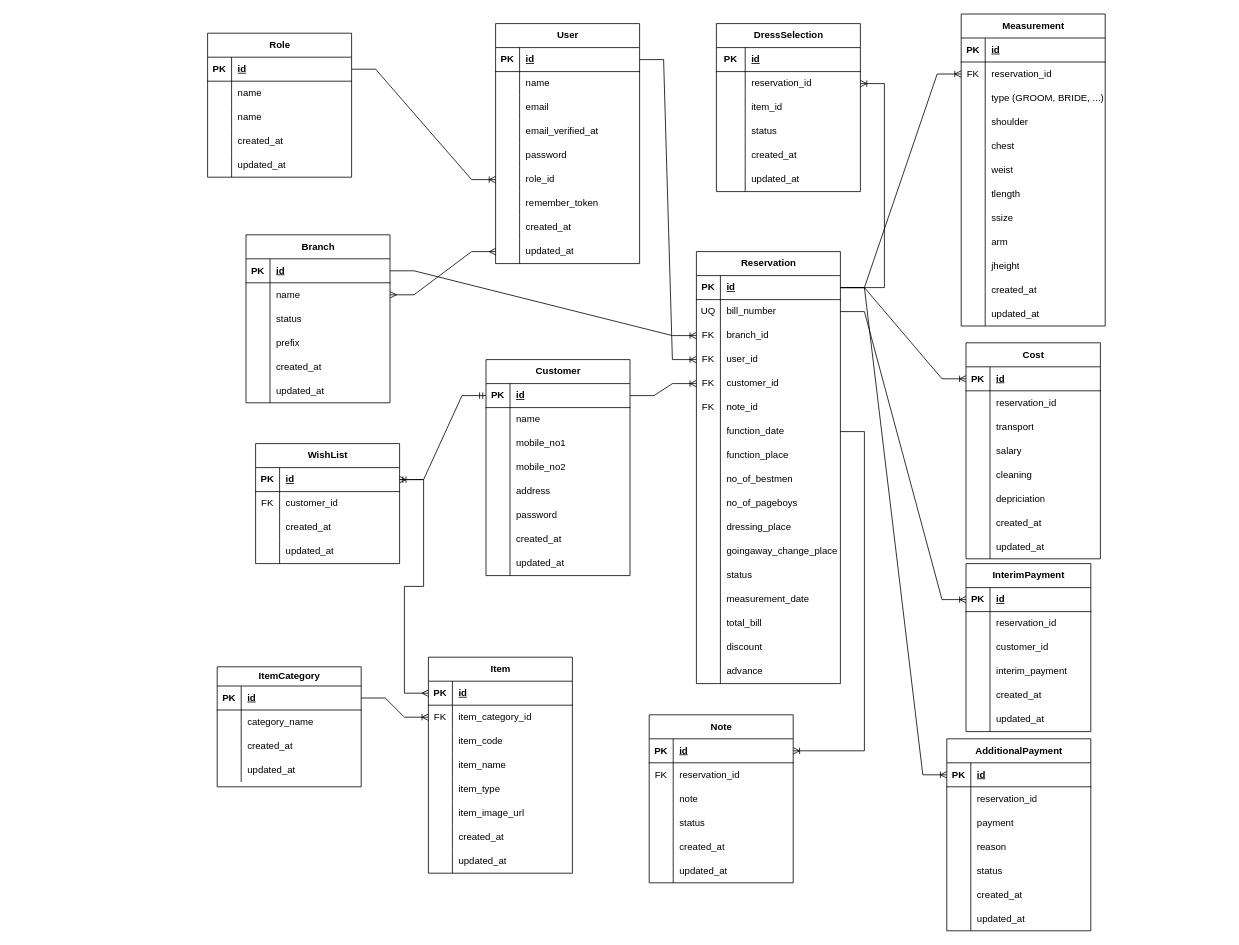
This is ERDiagram.drawio from ranidu-harshana/SriKulaMedura, a draw.io file, before an edit. Source tidied: cells renumbered, new cells numbered last; positions are measured from the earlier drawing's top-left corner, leaving out a move shared by most shapes. Both pictures are drawn from the tidied source at 80%, with x=0, y=0 at pixel (207, 14).
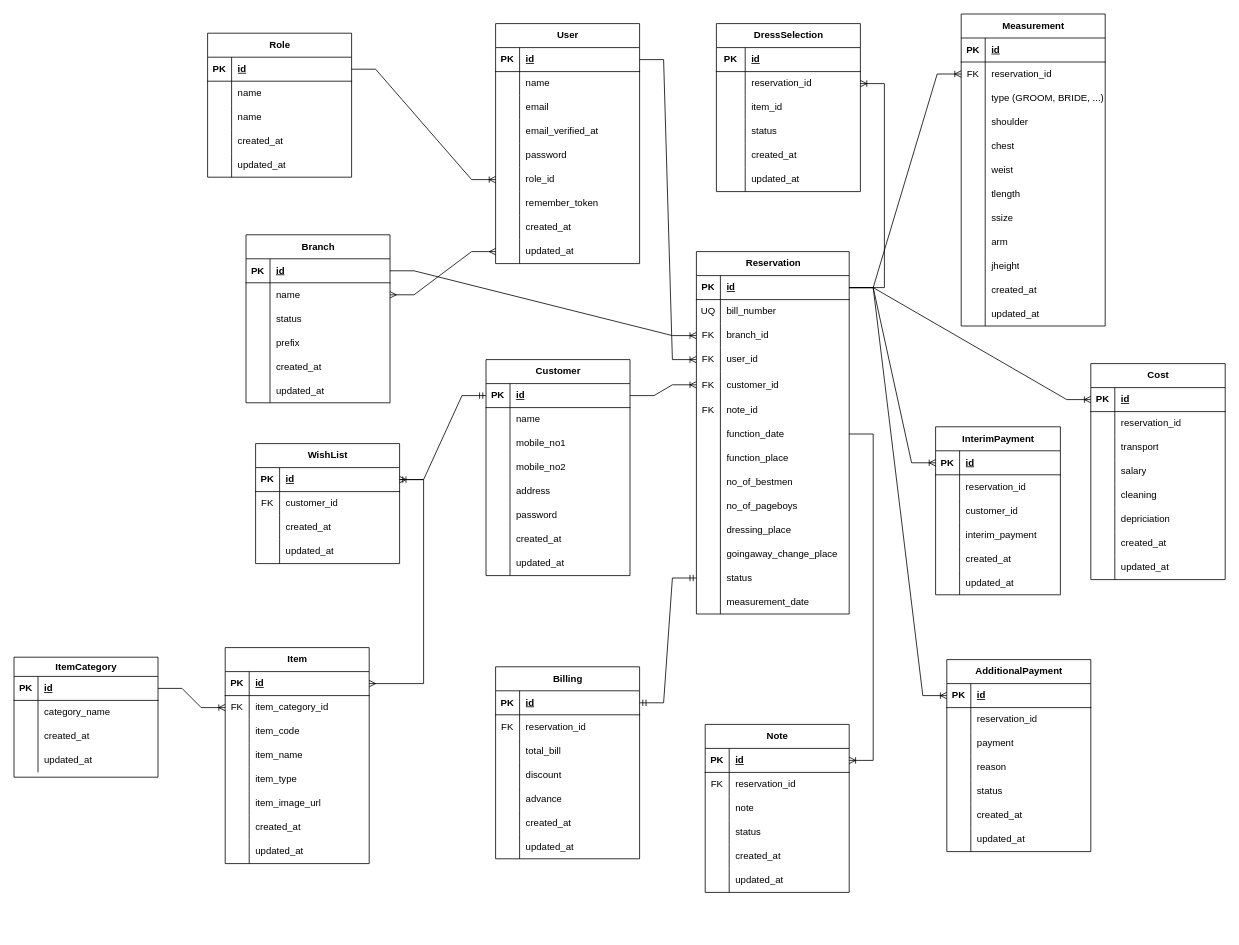
After the change.

Commit message (it also covers changes not shown here):
added billing table to ER

The change refers to these unchanged cells:
```xml
<mxCell id="179" style="shape=tableRow;horizontal=0;startSize=0;swimlaneHead=0;swimlaneBody=0;fillColor=none;points=[[0,0.5],[1,0.5]];portConstraint=eastwest;top=0;left=0;right=0;bottom=1;" parent="178" vertex="1">
  <mxGeometry y="30" width="156" height="30" as="geometry" />
</mxCell>
<mxCell id="269" style="shape=tableRow;horizontal=0;startSize=0;swimlaneHead=0;swimlaneBody=0;fillColor=none;points=[[0,0.5],[1,0.5]];portConstraint=eastwest;top=0;left=0;right=0;bottom=1;" parent="268" vertex="1">
  <mxGeometry y="30" width="168" height="30" as="geometry" />
</mxCell>
```

What changed in the source:
```diff
@@
     <mxCell id="46" value="Note" style="shape=table;startSize=30;childLayout=tableLayout;rowLines=0;fontStyle=1;align=center;html=1;" parent="1" vertex="1">
-      <mxGeometry x="552" y="876" width="180" height="210" as="geometry" />
+      <mxGeometry x="622" y="888" width="180" height="210" as="geometry" />
     </mxCell>
@@
     <mxCell id="102" value="ItemCategory" style="shape=table;startSize=24;childLayout=tableLayout;rowLines=0;fontStyle=1;align=center;html=1;" parent="1" vertex="1">
-      <mxGeometry x="12" y="816" width="180" height="150" as="geometry" />
+      <mxGeometry x="-242" y="804" width="180" height="150" as="geometry" />
     </mxCell>
@@
     <mxCell id="115" value="Item" style="shape=table;startSize=30;childLayout=tableLayout;rowLines=0;fontStyle=1;align=center;html=1;" parent="1" vertex="1">
-      <mxGeometry x="276" y="804" width="180" height="270" as="geometry" />
+      <mxGeometry x="22" y="792" width="180" height="270" as="geometry" />
     </mxCell>
@@
     <mxCell id="178" value="InterimPayment" style="shape=table;startSize=30;childLayout=tableLayout;rowLines=0;fontStyle=1;align=center;html=1;" parent="1" vertex="1">
-      <mxGeometry x="948" y="687" width="156" height="210" as="geometry" />
+      <mxGeometry x="910" y="516" width="156" height="210" as="geometry" />
     </mxCell>
@@
     <mxCell id="216" value="Reservation" style="shape=table;startSize=30;childLayout=tableLayout;rowLines=0;fontStyle=1;align=center;html=1;" parent="1" vertex="1">
-      <mxGeometry x="611" y="297" width="180" height="540" as="geometry" />
+      <mxGeometry x="611" y="297" width="191" height="453" as="geometry" />
     </mxCell>
     <mxCell id="217" style="shape=tableRow;horizontal=0;startSize=0;swimlaneHead=0;swimlaneBody=0;fillColor=none;points=[[0,0.5],[1,0.5]];portConstraint=eastwest;top=0;left=0;right=0;bottom=1;" parent="216" vertex="1">
-      <mxGeometry y="30" width="180" height="30" as="geometry" />
+      <mxGeometry y="30" width="191" height="30" as="geometry" />
     </mxCell>
@@
     <mxCell id="219" value="id" style="shape=partialRectangle;fillColor=none;top=0;left=0;bottom=0;right=0;align=left;spacingLeft=6;fontStyle=5;overflow=hidden;whiteSpace=wrap;html=1;" parent="217" vertex="1">
-      <mxGeometry x="30" width="150" height="30" as="geometry" />
+      <mxGeometry x="30" width="161" height="30" as="geometry" />
     </mxCell>
     <mxCell id="220" style="shape=tableRow;horizontal=0;startSize=0;swimlaneHead=0;swimlaneBody=0;fillColor=none;points=[[0,0.5],[1,0.5]];portConstraint=eastwest;top=0;left=0;right=0;bottom=0;" parent="216" vertex="1">
-      <mxGeometry y="60" width="180" height="30" as="geometry" />
+      <mxGeometry y="60" width="191" height="30" as="geometry" />
     </mxCell>
@@
     <mxCell id="222" value="bill_number" style="shape=partialRectangle;fillColor=none;top=0;left=0;bottom=0;right=0;align=left;spacingLeft=6;overflow=hidden;whiteSpace=wrap;html=1;" parent="220" vertex="1">
-      <mxGeometry x="30" width="150" height="30" as="geometry" />
+      <mxGeometry x="30" width="161" height="30" as="geometry" />
     </mxCell>
     <mxCell id="223" style="shape=tableRow;horizontal=0;startSize=0;swimlaneHead=0;swimlaneBody=0;fillColor=none;points=[[0,0.5],[1,0.5]];portConstraint=eastwest;top=0;left=0;right=0;bottom=0;" parent="216" vertex="1">
-      <mxGeometry y="90" width="180" height="30" as="geometry" />
+      <mxGeometry y="90" width="191" height="30" as="geometry" />
     </mxCell>
@@
     <mxCell id="225" value="branch_id" style="shape=partialRectangle;fillColor=none;top=0;left=0;bottom=0;right=0;align=left;spacingLeft=6;overflow=hidden;whiteSpace=wrap;html=1;" parent="223" vertex="1">
-      <mxGeometry x="30" width="150" height="30" as="geometry" />
+      <mxGeometry x="30" width="161" height="30" as="geometry" />
     </mxCell>
     <mxCell id="226" style="shape=tableRow;horizontal=0;startSize=0;swimlaneHead=0;swimlaneBody=0;fillColor=none;points=[[0,0.5],[1,0.5]];portConstraint=eastwest;top=0;left=0;right=0;bottom=0;" parent="216" vertex="1">
-      <mxGeometry y="120" width="180" height="30" as="geometry" />
+      <mxGeometry y="120" width="191" height="30" as="geometry" />
     </mxCell>
@@
     <mxCell id="228" value="user_id" style="shape=partialRectangle;fillColor=none;top=0;left=0;bottom=0;right=0;align=left;spacingLeft=6;overflow=hidden;whiteSpace=wrap;html=1;" parent="226" vertex="1">
-      <mxGeometry x="30" width="150" height="30" as="geometry" />
+      <mxGeometry x="30" width="161" height="30" as="geometry" />
     </mxCell>
     <mxCell id="229" style="shape=tableRow;horizontal=0;startSize=0;swimlaneHead=0;swimlaneBody=0;fillColor=none;points=[[0,0.5],[1,0.5]];portConstraint=eastwest;top=0;left=0;right=0;bottom=0;" parent="216" vertex="1">
-      <mxGeometry y="150" width="180" height="30" as="geometry" />
+      <mxGeometry y="150" width="191" height="33" as="geometry" />
     </mxCell>
     <mxCell id="230" value="FK" style="shape=partialRectangle;fillColor=none;top=0;left=0;bottom=0;right=0;overflow=hidden;whiteSpace=wrap;html=1;" parent="229" vertex="1">
-      <mxGeometry width="30" height="30" as="geometry" />
+      <mxGeometry width="30" height="33" as="geometry" />
     </mxCell>
     <mxCell id="231" value="customer_id" style="shape=partialRectangle;fillColor=none;top=0;left=0;bottom=0;right=0;align=left;spacingLeft=6;overflow=hidden;whiteSpace=wrap;html=1;" parent="229" vertex="1">
-      <mxGeometry x="30" width="150" height="30" as="geometry" />
+      <mxGeometry x="30" width="161" height="33" as="geometry" />
     </mxCell>
     <mxCell id="232" style="shape=tableRow;horizontal=0;startSize=0;swimlaneHead=0;swimlaneBody=0;fillColor=none;top=0;left=0;right=0;bottom=0;" parent="216" vertex="1">
-      <mxGeometry y="180" width="180" height="30" as="geometry" />
+      <mxGeometry y="183" width="191" height="30" as="geometry" />
     </mxCell>
@@
     <mxCell id="234" value="note_id" style="shape=partialRectangle;fillColor=none;top=0;left=0;bottom=0;right=0;align=left;spacingLeft=6;overflow=hidden;whiteSpace=wrap;html=1;" parent="232" vertex="1">
-      <mxGeometry x="30" width="150" height="30" as="geometry" />
+      <mxGeometry x="30" width="161" height="30" as="geometry" />
     </mxCell>
     <mxCell id="235" style="shape=tableRow;horizontal=0;startSize=0;swimlaneHead=0;swimlaneBody=0;fillColor=none;points=[[0,0.5],[1,0.5]];portConstraint=eastwest;top=0;left=0;right=0;bottom=0;" parent="216" vertex="1">
-      <mxGeometry y="210" width="180" height="30" as="geometry" />
+      <mxGeometry y="213" width="191" height="30" as="geometry" />
     </mxCell>
@@
     <mxCell id="237" value="function_date" style="shape=partialRectangle;fillColor=none;top=0;left=0;bottom=0;right=0;align=left;spacingLeft=6;overflow=hidden;whiteSpace=wrap;html=1;" parent="235" vertex="1">
-      <mxGeometry x="30" width="150" height="30" as="geometry" />
+      <mxGeometry x="30" width="161" height="30" as="geometry" />
     </mxCell>
     <mxCell id="238" style="shape=tableRow;horizontal=0;startSize=0;swimlaneHead=0;swimlaneBody=0;fillColor=none;top=0;left=0;right=0;bottom=0;" parent="216" vertex="1">
-      <mxGeometry y="240" width="180" height="30" as="geometry" />
+      <mxGeometry y="243" width="191" height="30" as="geometry" />
     </mxCell>
@@
     <mxCell id="240" value="function_place" style="shape=partialRectangle;fillColor=none;top=0;left=0;bottom=0;right=0;align=left;spacingLeft=6;overflow=hidden;whiteSpace=wrap;html=1;" parent="238" vertex="1">
-      <mxGeometry x="30" width="150" height="30" as="geometry" />
+      <mxGeometry x="30" width="161" height="30" as="geometry" />
     </mxCell>
     <mxCell id="241" style="shape=tableRow;horizontal=0;startSize=0;swimlaneHead=0;swimlaneBody=0;fillColor=none;top=0;left=0;right=0;bottom=0;" parent="216" vertex="1">
-      <mxGeometry y="270" width="180" height="30" as="geometry" />
+      <mxGeometry y="273" width="191" height="30" as="geometry" />
     </mxCell>
@@
     <mxCell id="243" value="no_of_bestmen" style="shape=partialRectangle;fillColor=none;top=0;left=0;bottom=0;right=0;align=left;spacingLeft=6;overflow=hidden;whiteSpace=wrap;html=1;" parent="241" vertex="1">
-      <mxGeometry x="30" width="150" height="30" as="geometry" />
+      <mxGeometry x="30" width="161" height="30" as="geometry" />
     </mxCell>
     <mxCell id="244" style="shape=tableRow;horizontal=0;startSize=0;swimlaneHead=0;swimlaneBody=0;fillColor=none;top=0;left=0;right=0;bottom=0;" parent="216" vertex="1">
-      <mxGeometry y="300" width="180" height="30" as="geometry" />
+      <mxGeometry y="303" width="191" height="30" as="geometry" />
     </mxCell>
@@
     <mxCell id="246" value="no_of_pageboys" style="shape=partialRectangle;fillColor=none;top=0;left=0;bottom=0;right=0;align=left;spacingLeft=6;overflow=hidden;whiteSpace=wrap;html=1;" parent="244" vertex="1">
-      <mxGeometry x="30" width="150" height="30" as="geometry" />
+      <mxGeometry x="30" width="161" height="30" as="geometry" />
     </mxCell>
     <mxCell id="247" style="shape=tableRow;horizontal=0;startSize=0;swimlaneHead=0;swimlaneBody=0;fillColor=none;top=0;left=0;right=0;bottom=0;" parent="216" vertex="1">
-      <mxGeometry y="330" width="180" height="30" as="geometry" />
+      <mxGeometry y="333" width="191" height="30" as="geometry" />
     </mxCell>
@@
     <mxCell id="249" value="dressing_place" style="shape=partialRectangle;fillColor=none;top=0;left=0;bottom=0;right=0;align=left;spacingLeft=6;overflow=hidden;whiteSpace=wrap;html=1;" parent="247" vertex="1">
-      <mxGeometry x="30" width="150" height="30" as="geometry" />
+      <mxGeometry x="30" width="161" height="30" as="geometry" />
     </mxCell>
     <mxCell id="250" style="shape=tableRow;horizontal=0;startSize=0;swimlaneHead=0;swimlaneBody=0;fillColor=none;top=0;left=0;right=0;bottom=0;" parent="216" vertex="1">
-      <mxGeometry y="360" width="180" height="30" as="geometry" />
+      <mxGeometry y="363" width="191" height="30" as="geometry" />
     </mxCell>
@@
     <mxCell id="252" value="goingaway_change_place" style="shape=partialRectangle;fillColor=none;top=0;left=0;bottom=0;right=0;align=left;spacingLeft=6;overflow=hidden;whiteSpace=wrap;html=1;" parent="250" vertex="1">
-      <mxGeometry x="30" width="150" height="30" as="geometry" />
+      <mxGeometry x="30" width="161" height="30" as="geometry" />
     </mxCell>
     <mxCell id="253" style="shape=tableRow;horizontal=0;startSize=0;swimlaneHead=0;swimlaneBody=0;fillColor=none;points=[[0,0.5],[1,0.5]];portConstraint=eastwest;top=0;left=0;right=0;bottom=0;" parent="216" vertex="1">
-      <mxGeometry y="390" width="180" height="30" as="geometry" />
+      <mxGeometry y="393" width="191" height="30" as="geometry" />
     </mxCell>
@@
     <mxCell id="255" value="status" style="shape=partialRectangle;fillColor=none;top=0;left=0;bottom=0;right=0;align=left;spacingLeft=6;overflow=hidden;whiteSpace=wrap;html=1;" parent="253" vertex="1">
-      <mxGeometry x="30" width="150" height="30" as="geometry" />
+      <mxGeometry x="30" width="161" height="30" as="geometry" />
     </mxCell>
     <mxCell id="256" style="shape=tableRow;horizontal=0;startSize=0;swimlaneHead=0;swimlaneBody=0;fillColor=none;top=0;left=0;right=0;bottom=0;" parent="216" vertex="1">
-      <mxGeometry y="420" width="180" height="30" as="geometry" />
+      <mxGeometry y="423" width="191" height="30" as="geometry" />
     </mxCell>
@@
     <mxCell id="258" value="measurement_date" style="shape=partialRectangle;fillColor=none;top=0;left=0;bottom=0;right=0;align=left;spacingLeft=6;overflow=hidden;whiteSpace=wrap;html=1;" parent="256" vertex="1">
-      <mxGeometry x="30" width="150" height="30" as="geometry" />
+      <mxGeometry x="30" width="161" height="30" as="geometry" />
     </mxCell>
-    <mxCell id="259" style="shape=tableRow;horizontal=0;startSize=0;swimlaneHead=0;swimlaneBody=0;fillColor=none;top=0;left=0;right=0;bottom=0;" parent="216" vertex="1">
-      <mxGeometry y="450" width="180" height="30" as="geometry" />
-    </mxCell>
-    <mxCell id="260" style="shape=partialRectangle;fillColor=none;top=0;left=0;bottom=0;right=0;overflow=hidden;whiteSpace=wrap;html=1;" parent="259" vertex="1">
-      <mxGeometry width="30" height="30" as="geometry" />
-    </mxCell>
-    <mxCell id="261" value="total_bill" style="shape=partialRectangle;fillColor=none;top=0;left=0;bottom=0;right=0;align=left;spacingLeft=6;overflow=hidden;whiteSpace=wrap;html=1;" parent="259" vertex="1">
-      <mxGeometry x="30" width="150" height="30" as="geometry" />
-    </mxCell>
-    <mxCell id="262" style="shape=tableRow;horizontal=0;startSize=0;swimlaneHead=0;swimlaneBody=0;fillColor=none;top=0;left=0;right=0;bottom=0;" parent="216" vertex="1">
-      <mxGeometry y="480" width="180" height="30" as="geometry" />
-    </mxCell>
-    <mxCell id="263" style="shape=partialRectangle;fillColor=none;top=0;left=0;bottom=0;right=0;overflow=hidden;whiteSpace=wrap;html=1;" parent="262" vertex="1">
-      <mxGeometry width="30" height="30" as="geometry" />
-    </mxCell>
-    <mxCell id="264" value="discount" style="shape=partialRectangle;fillColor=none;top=0;left=0;bottom=0;right=0;align=left;spacingLeft=6;overflow=hidden;whiteSpace=wrap;html=1;" parent="262" vertex="1">
-      <mxGeometry x="30" width="150" height="30" as="geometry" />
-    </mxCell>
-    <mxCell id="265" style="shape=tableRow;horizontal=0;startSize=0;swimlaneHead=0;swimlaneBody=0;fillColor=none;top=0;left=0;right=0;bottom=0;" parent="216" vertex="1">
-      <mxGeometry y="510" width="180" height="30" as="geometry" />
-    </mxCell>
-    <mxCell id="266" style="shape=partialRectangle;fillColor=none;top=0;left=0;bottom=0;right=0;overflow=hidden;whiteSpace=wrap;html=1;" parent="265" vertex="1">
-      <mxGeometry width="30" height="30" as="geometry" />
-    </mxCell>
-    <mxCell id="267" value="advance" style="shape=partialRectangle;fillColor=none;top=0;left=0;bottom=0;right=0;align=left;spacingLeft=6;overflow=hidden;whiteSpace=wrap;html=1;" parent="265" vertex="1">
-      <mxGeometry x="30" width="150" height="30" as="geometry" />
-    </mxCell>
     <mxCell id="268" value="Cost" style="shape=table;startSize=30;childLayout=tableLayout;rowLines=0;fontStyle=1;align=center;html=1;" parent="1" vertex="1">
-      <mxGeometry x="948" y="411" width="168" height="270" as="geometry" />
+      <mxGeometry x="1104" y="437" width="168" height="270" as="geometry" />
     </mxCell>
@@
     <mxCell id="312" value="AdditionalPayment" style="shape=table;startSize=30;childLayout=tableLayout;rowLines=0;fontStyle=1;align=center;html=1;" parent="1" vertex="1">
-      <mxGeometry x="924" y="906" width="180" height="240" as="geometry" />
+      <mxGeometry x="924" y="807" width="180" height="240" as="geometry" />
     </mxCell>
@@
     <mxCell id="343" style="edgeStyle=entityRelationEdgeStyle;fontSize=12;html=1;endArrow=ERoneToMany;rounded=0;" parent="1" edge="1" source="217" target="269">
       <mxGeometry relative="1" as="geometry">
         <Array as="points">
-          <mxPoint x="1116" y="468" />
+          <mxPoint x="1116" y="498" />
         </Array>
       </mxGeometry>
     </mxCell>
@@
-    <mxCell id="345" style="edgeStyle=entityRelationEdgeStyle;fontSize=12;html=1;endArrow=ERoneToMany;rounded=0;" parent="1" edge="1" source="220" target="179">
+    <mxCell id="345" style="edgeStyle=entityRelationEdgeStyle;fontSize=12;html=1;endArrow=ERoneToMany;rounded=0;" parent="1" edge="1" source="217" target="179">
       <mxGeometry relative="1" as="geometry" />
     </mxCell>
@@
+    <mxCell id="348" value="Billing" style="shape=table;startSize=30;childLayout=tableLayout;rowLines=0;fontStyle=1;align=center;html=1;" parent="1" vertex="1">
+      <mxGeometry x="360" y="816" width="180" height="240" as="geometry" />
+    </mxCell>
+    <mxCell id="349" style="shape=tableRow;horizontal=0;startSize=0;swimlaneHead=0;swimlaneBody=0;fillColor=none;points=[[0,0.5],[1,0.5]];portConstraint=eastwest;top=0;left=0;right=0;bottom=1;" parent="348" vertex="1">
+      <mxGeometry y="30" width="180" height="30" as="geometry" />
+    </mxCell>
+    <mxCell id="350" value="PK" style="shape=partialRectangle;fillColor=none;top=0;left=0;bottom=0;right=0;fontStyle=1;overflow=hidden;whiteSpace=wrap;html=1;" parent="349" vertex="1">
+      <mxGeometry width="30" height="30" as="geometry" />
+    </mxCell>
+    <mxCell id="351" value="id" style="shape=partialRectangle;fillColor=none;top=0;left=0;bottom=0;right=0;align=left;spacingLeft=6;fontStyle=5;overflow=hidden;whiteSpace=wrap;html=1;" parent="349" vertex="1">
+      <mxGeometry x="30" width="150" height="30" as="geometry" />
+    </mxCell>
+    <mxCell id="352" style="shape=tableRow;horizontal=0;startSize=0;swimlaneHead=0;swimlaneBody=0;fillColor=none;top=0;left=0;right=0;bottom=0;" parent="348" vertex="1">
+      <mxGeometry y="60" width="180" height="30" as="geometry" />
+    </mxCell>
+    <mxCell id="353" value="FK" style="shape=partialRectangle;fillColor=none;top=0;left=0;bottom=0;right=0;overflow=hidden;whiteSpace=wrap;html=1;" parent="352" vertex="1">
+      <mxGeometry width="30" height="30" as="geometry" />
+    </mxCell>
+    <mxCell id="354" value="reservation_id" style="shape=partialRectangle;fillColor=none;top=0;left=0;bottom=0;right=0;align=left;spacingLeft=6;overflow=hidden;whiteSpace=wrap;html=1;" parent="352" vertex="1">
+      <mxGeometry x="30" width="150" height="30" as="geometry" />
+    </mxCell>
+    <mxCell id="355" style="shape=tableRow;horizontal=0;startSize=0;swimlaneHead=0;swimlaneBody=0;fillColor=none;top=0;left=0;right=0;bottom=0;" parent="348" vertex="1">
+      <mxGeometry y="90" width="180" height="30" as="geometry" />
+    </mxCell>
+    <mxCell id="356" style="shape=partialRectangle;fillColor=none;top=0;left=0;bottom=0;right=0;overflow=hidden;whiteSpace=wrap;html=1;" parent="355" vertex="1">
+      <mxGeometry width="30" height="30" as="geometry" />
+    </mxCell>
+    <mxCell id="261" value="total_bill" style="shape=partialRectangle;fillColor=none;top=0;left=0;bottom=0;right=0;align=left;spacingLeft=6;overflow=hidden;whiteSpace=wrap;html=1;" parent="355" vertex="1">
+      <mxGeometry x="30" width="150" height="30" as="geometry" />
+    </mxCell>
+    <mxCell id="357" style="shape=tableRow;horizontal=0;startSize=0;swimlaneHead=0;swimlaneBody=0;fillColor=none;top=0;left=0;right=0;bottom=0;" parent="348" vertex="1">
+      <mxGeometry y="120" width="180" height="30" as="geometry" />
+    </mxCell>
+    <mxCell id="358" style="shape=partialRectangle;fillColor=none;top=0;left=0;bottom=0;right=0;overflow=hidden;whiteSpace=wrap;html=1;" parent="357" vertex="1">
+      <mxGeometry width="30" height="30" as="geometry" />
+    </mxCell>
+    <mxCell id="264" value="discount" style="shape=partialRectangle;fillColor=none;top=0;left=0;bottom=0;right=0;align=left;spacingLeft=6;overflow=hidden;whiteSpace=wrap;html=1;" parent="357" vertex="1">
+      <mxGeometry x="30" width="150" height="30" as="geometry" />
+    </mxCell>
+    <mxCell id="359" style="shape=tableRow;horizontal=0;startSize=0;swimlaneHead=0;swimlaneBody=0;fillColor=none;top=0;left=0;right=0;bottom=0;" parent="348" vertex="1">
+      <mxGeometry y="150" width="180" height="30" as="geometry" />
+    </mxCell>
+    <mxCell id="360" style="shape=partialRectangle;fillColor=none;top=0;left=0;bottom=0;right=0;overflow=hidden;whiteSpace=wrap;html=1;" parent="359" vertex="1">
+      <mxGeometry width="30" height="30" as="geometry" />
+    </mxCell>
+    <mxCell id="267" value="advance" style="shape=partialRectangle;fillColor=none;top=0;left=0;bottom=0;right=0;align=left;spacingLeft=6;overflow=hidden;whiteSpace=wrap;html=1;" parent="359" vertex="1">
+      <mxGeometry x="30" width="150" height="30" as="geometry" />
+    </mxCell>
+    <mxCell id="361" style="shape=tableRow;horizontal=0;startSize=0;swimlaneHead=0;swimlaneBody=0;fillColor=none;top=0;left=0;right=0;bottom=0;" parent="348" vertex="1">
+      <mxGeometry y="180" width="180" height="30" as="geometry" />
+    </mxCell>
+    <mxCell id="362" style="shape=partialRectangle;fillColor=none;top=0;left=0;bottom=0;right=0;overflow=hidden;whiteSpace=wrap;html=1;" parent="361" vertex="1">
+      <mxGeometry width="30" height="30" as="geometry" />
+    </mxCell>
+    <mxCell id="363" value="created_at" style="shape=partialRectangle;fillColor=none;top=0;left=0;bottom=0;right=0;align=left;spacingLeft=6;overflow=hidden;whiteSpace=wrap;html=1;" parent="361" vertex="1">
+      <mxGeometry x="30" width="150" height="30" as="geometry" />
+    </mxCell>
+    <mxCell id="364" style="shape=tableRow;horizontal=0;startSize=0;swimlaneHead=0;swimlaneBody=0;fillColor=none;top=0;left=0;right=0;bottom=0;" parent="348" vertex="1">
+      <mxGeometry y="210" width="180" height="30" as="geometry" />
+    </mxCell>
+    <mxCell id="365" style="shape=partialRectangle;fillColor=none;top=0;left=0;bottom=0;right=0;overflow=hidden;whiteSpace=wrap;html=1;" parent="364" vertex="1">
+      <mxGeometry width="30" height="30" as="geometry" />
+    </mxCell>
+    <mxCell id="366" value="updated_at" style="shape=partialRectangle;fillColor=none;top=0;left=0;bottom=0;right=0;align=left;spacingLeft=6;overflow=hidden;whiteSpace=wrap;html=1;" parent="364" vertex="1">
+      <mxGeometry x="30" width="150" height="30" as="geometry" />
+    </mxCell>
+    <mxCell id="367" style="edgeStyle=entityRelationEdgeStyle;fontSize=12;html=1;endArrow=ERmandOne;startArrow=ERmandOne;rounded=0;" parent="1" edge="1" source="349" target="253">
+      <mxGeometry relative="1" as="geometry" />
+    </mxCell>
```
